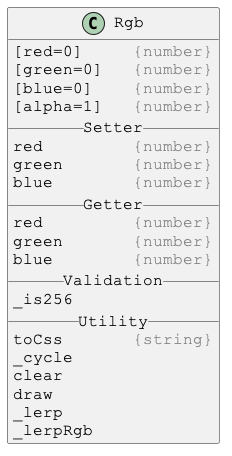
This is docs/PlantUml/images/Rgb.png from Justin-Byrne/canvasLab, a PlantUML export, as it was before one commit.
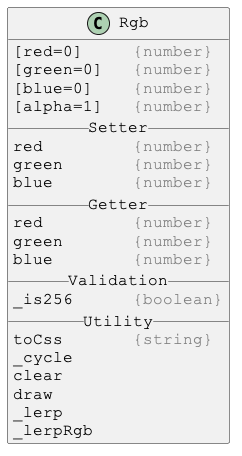
The same file after the commit.

What changed in the source:
```diff
@@ -17,7 +17,7 @@
 green       <color:gray>{number}</color>
 blue        <color:gray>{number}</color>
 __ Validation __
-_is256
+_is256      <color:gray>{boolean}</color>
 __ Utility __
 toCss       <color:gray>{string}</color>
 _cycle
```
